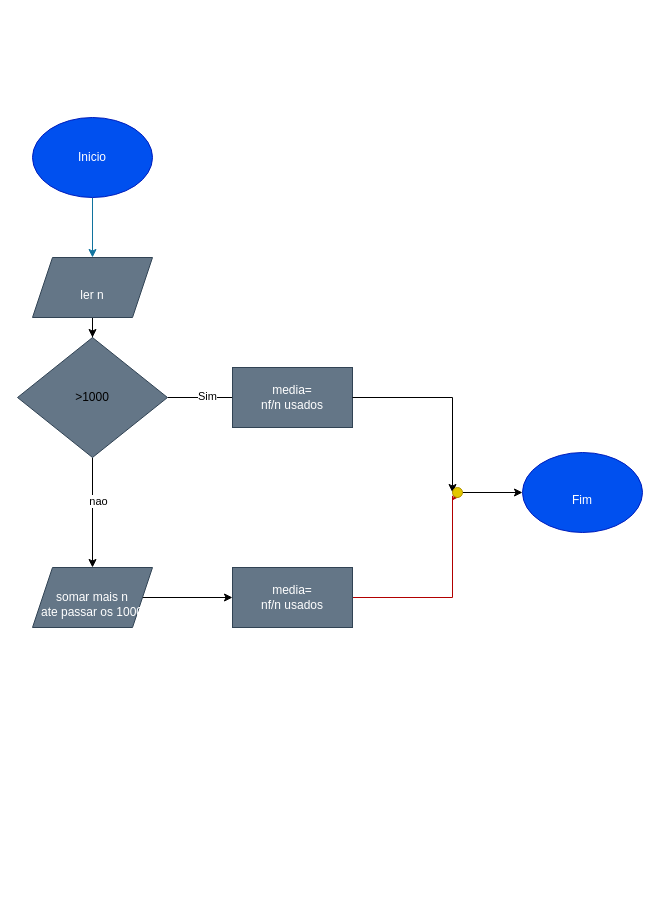
Goncalo203/diagrama-1 keeps this draw.io diagram as fluxograma 5.drawio. Above is the earlier version. Source tidied: cells renumbered, new cells numbered last; positions are measured from the earlier drawing's top-left corner, leaving out a move shared by most shapes. Both pictures are drawn from the tidied source at 100%, with x=0, y=0 at pixel (17, 117).
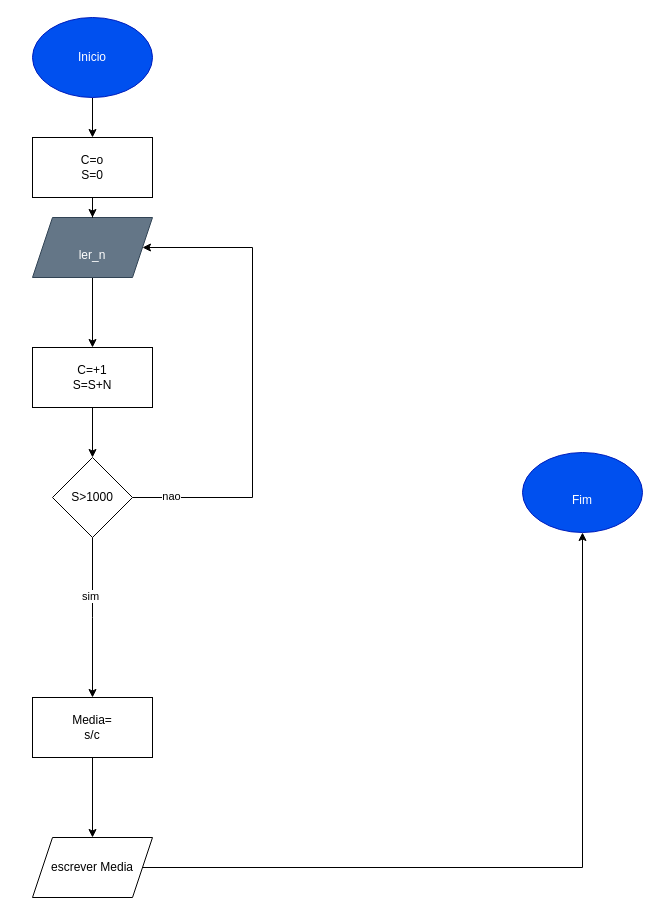
The same page after the edit.

Unchanged cells that the change refers to:
```xml
<mxCell id="6" value="&lt;div&gt;&lt;br&gt;&lt;/div&gt;&lt;div&gt;Fim&lt;/div&gt;" style="ellipse;whiteSpace=wrap;html=1;shapeInside=1;fillColor=#0050ef;fontColor=#ffffff;strokeColor=#001DBC;" parent="1" vertex="1">
  <mxGeometry x="505" y="335" width="120" height="80" as="geometry" />
</mxCell>
```

Diff of the diagram source:
```diff
@@
-    <mxCell id="2" style="edgeStyle=orthogonalEdgeStyle;rounded=0;jettySize=auto;html=1;fillColor=#b1ddf0;strokeColor=light-dark(#10739e, #dc0404);" parent="1" edge="1" source="3" target="5">
-      <mxGeometry relative="1" as="geometry" />
-    </mxCell>
+    <mxCell id="20" style="edgeStyle=orthogonalEdgeStyle;rounded=0;jettySize=auto;html=1;" parent="1" edge="1" source="3" target="23">
+      <mxGeometry relative="1" as="geometry" />
+    </mxCell>
     <mxCell id="3" value="&lt;div&gt;Inicio&lt;/div&gt;" style="ellipse;whiteSpace=wrap;html=1;shapeInside=1;fillColor=#0050ef;fontColor=#ffffff;strokeColor=#001DBC;" parent="1" vertex="1">
-      <mxGeometry x="15" width="120" height="80" as="geometry" />
+      <mxGeometry x="15" y="-100" width="120" height="80" as="geometry" />
     </mxCell>
-    <mxCell id="4" style="edgeStyle=orthogonalEdgeStyle;rounded=0;jettySize=auto;html=1;strokeColor=light-dark(#000000,#FF0000);" parent="1" edge="1" source="5" target="11">
-      <mxGeometry relative="1" as="geometry" />
-    </mxCell>
+    <mxCell id="21" style="edgeStyle=orthogonalEdgeStyle;rounded=0;jettySize=auto;html=1;" parent="1" edge="1" source="5" target="25">
+      <mxGeometry relative="1" as="geometry" />
+    </mxCell>
-    <mxCell id="5" value="&lt;div&gt;&lt;br&gt;&lt;/div&gt;&lt;div&gt;ler n&lt;/div&gt;" style="shape=parallelogram;perimeter=parallelogramPerimeter;whiteSpace=wrap;html=1;shapeInside=1;fixedSize=1;fillColor=#647687;fontColor=#ffffff;strokeColor=#314354;" parent="1" vertex="1">
-      <mxGeometry x="15" y="140" width="120" height="60" as="geometry" />
+    <mxCell id="5" value="&lt;div&gt;&lt;br&gt;&lt;/div&gt;&lt;div&gt;ler_n&lt;/div&gt;" style="shape=parallelogram;perimeter=parallelogramPerimeter;whiteSpace=wrap;html=1;shapeInside=1;fixedSize=1;fillColor=#647687;fontColor=#ffffff;strokeColor=#314354;" parent="1" vertex="1">
+      <mxGeometry x="15" y="100" width="120" height="60" as="geometry" />
     </mxCell>
@@
-    <mxCell id="7" style="edgeStyle=orthogonalEdgeStyle;rounded=0;jettySize=auto;html=1;strokeColor=light-dark(#000000,#FF0000);" parent="1" edge="1" source="11">
-      <mxGeometry relative="1" as="geometry">
-        <mxPoint x="255" y="280" as="targetPoint" />
-      </mxGeometry>
-    </mxCell>
-    <mxCell id="8" value="Sim" style="edgeLabel;html=1;align=center;verticalAlign=middle;" parent="7" vertex="1">
-      <mxGeometry x="-0.26" y="2" relative="1" as="geometry" />
-    </mxCell>
-    <mxCell id="9" style="edgeStyle=orthogonalEdgeStyle;rounded=0;jettySize=auto;html=1;strokeColor=light-dark(#000000,#FF0000);" parent="1" edge="1" source="11" target="14">
-      <mxGeometry relative="1" as="geometry" />
-    </mxCell>
+    <mxCell id="22" style="edgeStyle=orthogonalEdgeStyle;rounded=0;jettySize=auto;html=1;" parent="1" edge="1" source="23" target="5">
+      <mxGeometry relative="1" as="geometry" />
+    </mxCell>
+    <mxCell id="23" value="C=o&lt;div&gt;S=0&lt;/div&gt;" style="rounded=0;whiteSpace=wrap;html=1;" parent="1" vertex="1">
+      <mxGeometry x="15" y="20" width="120" height="60" as="geometry" />
+    </mxCell>
+    <mxCell id="24" style="edgeStyle=orthogonalEdgeStyle;rounded=0;jettySize=auto;html=1;" parent="1" edge="1" source="25" target="29">
+      <mxGeometry relative="1" as="geometry" />
+    </mxCell>
+    <mxCell id="25" value="C=+1&lt;div&gt;S=S+N&lt;/div&gt;" style="rounded=0;whiteSpace=wrap;html=1;" parent="1" vertex="1">
+      <mxGeometry x="15" y="230" width="120" height="60" as="geometry" />
+    </mxCell>
+    <mxCell id="26" style="edgeStyle=orthogonalEdgeStyle;rounded=0;jettySize=auto;html=1;exitX=1;exitY=0.5;exitDx=0;exitDy=0;" parent="1" edge="1" source="29" target="5">
+      <mxGeometry relative="1" as="geometry">
+        <Array as="points">
+          <mxPoint x="235" y="380" />
+          <mxPoint x="235" y="130" />
+        </Array>
+      </mxGeometry>
+    </mxCell>
-    <mxCell id="10" value="nao" style="edgeLabel;html=1;align=center;verticalAlign=middle;" parent="9" vertex="1">
-      <mxGeometry x="-0.22" y="5" relative="1" as="geometry" />
+    <mxCell id="10" value="nao" style="edgeLabel;html=1;align=center;verticalAlign=middle;" parent="26" vertex="1">
+      <mxGeometry x="-0.84" y="2" relative="1" as="geometry" />
     </mxCell>
-    <mxCell id="11" value="&lt;div&gt;&lt;span style=&quot;color: light-dark(rgb(0, 0, 0), rgb(0, 0, 0));&quot;&gt;&lt;span style=&quot;text-decoration-line: inherit;&quot;&gt;&amp;gt;&lt;/span&gt;&lt;span style=&quot;text-decoration-line: inherit;&quot;&gt;1000&lt;/span&gt;&lt;/span&gt;&lt;/div&gt;" style="rhombus;whiteSpace=wrap;html=1;shapeInside=1;fillColor=#647687;fontColor=#ffffff;strokeColor=#314354;" parent="1" vertex="1">
-      <mxGeometry y="220" width="150" height="120" as="geometry" />
-    </mxCell>
-    <mxCell id="12" value="media=&lt;div&gt;nf/n usados&lt;/div&gt;" style="rounded=0;whiteSpace=wrap;html=1;fillColor=#647687;fontColor=#ffffff;strokeColor=#314354;" parent="1" vertex="1">
-      <mxGeometry x="215" y="250" width="120" height="60" as="geometry" />
-    </mxCell>
-    <mxCell id="13" style="edgeStyle=orthogonalEdgeStyle;rounded=0;jettySize=auto;html=1;strokeColor=light-dark(#000000,#FF0000);" parent="1" edge="1" source="14" target="16">
-      <mxGeometry relative="1" as="geometry" />
-    </mxCell>
-    <mxCell id="14" value="&lt;div&gt;&lt;br&gt;&lt;/div&gt;&lt;div&gt;somar mais n&lt;/div&gt;&lt;div&gt;ate passar os 1000&lt;/div&gt;" style="shape=parallelogram;perimeter=parallelogramPerimeter;whiteSpace=wrap;html=1;shapeInside=1;fixedSize=1;fillColor=#647687;fontColor=#ffffff;strokeColor=#314354;" parent="1" vertex="1">
-      <mxGeometry x="15" y="450" width="120" height="60" as="geometry" />
-    </mxCell>
-    <mxCell id="15" style="edgeStyle=orthogonalEdgeStyle;rounded=0;jettySize=auto;html=1;exitX=1;exitY=0.5;exitDx=0;exitDy=0;entryX=1;entryY=1;entryDx=0;entryDy=0;fillColor=#e51400;strokeColor=light-dark(#B20000,#FF0000);" parent="1" edge="1" source="16" target="19">
-      <mxGeometry relative="1" as="geometry">
-        <Array as="points">
-          <mxPoint x="435" y="480" />
-          <mxPoint x="435" y="378.5" />
-        </Array>
-      </mxGeometry>
-    </mxCell>
-    <mxCell id="16" value="media=&lt;div&gt;nf/n usados&lt;/div&gt;" style="whiteSpace=wrap;html=1;fillColor=#647687;fontColor=#ffffff;strokeColor=#314354;" parent="1" vertex="1">
-      <mxGeometry x="215" y="450" width="120" height="60" as="geometry" />
-    </mxCell>
-    <mxCell id="17" style="edgeStyle=orthogonalEdgeStyle;rounded=0;jettySize=auto;html=1;exitX=1;exitY=0.5;exitDx=0;exitDy=0;strokeColor=light-dark(#000000,#FF0000);" parent="1" edge="1" source="12" target="19">
-      <mxGeometry relative="1" as="geometry">
-        <Array as="points">
-          <mxPoint x="435" y="280" />
-        </Array>
-      </mxGeometry>
-    </mxCell>
-    <mxCell id="18" style="edgeStyle=orthogonalEdgeStyle;rounded=0;jettySize=auto;html=1;strokeColor=light-dark(#000000,#FF0000);" parent="1" edge="1" source="19" target="6">
-      <mxGeometry relative="1" as="geometry" />
-    </mxCell>
-    <mxCell id="19" style="ellipse;whiteSpace=wrap;html=1;shapeInside=1;fillColor=#e3c800;fontColor=#000000;strokeColor=#B09500;" parent="1" vertex="1">
-      <mxGeometry x="435" y="370" width="10" height="10" as="geometry" />
-    </mxCell>
+    <mxCell id="27" style="edgeStyle=orthogonalEdgeStyle;rounded=0;jettySize=auto;html=1;exitX=0.5;exitY=1;exitDx=0;exitDy=0;" parent="1" edge="1" source="29">
+      <mxGeometry relative="1" as="geometry">
+        <mxPoint x="75" y="580" as="targetPoint" />
+      </mxGeometry>
+    </mxCell>
+    <mxCell id="28" value="sim" style="edgeLabel;html=1;align=center;verticalAlign=middle;" parent="27" vertex="1">
+      <mxGeometry x="-0.28" y="-3" relative="1" as="geometry" />
+    </mxCell>
+    <mxCell id="29" value="S&amp;gt;1000" style="rhombus;whiteSpace=wrap;html=1;shapeInside=1;" parent="1" vertex="1">
+      <mxGeometry x="35" y="340" width="80" height="80" as="geometry" />
+    </mxCell>
+    <mxCell id="30" style="edgeStyle=orthogonalEdgeStyle;rounded=0;jettySize=auto;html=1;exitX=0.5;exitY=1;exitDx=0;exitDy=0;" parent="1" edge="1" source="31" target="33">
+      <mxGeometry relative="1" as="geometry" />
+    </mxCell>
+    <mxCell id="31" value="Media=&lt;div&gt;s/c&lt;/div&gt;" style="rounded=0;whiteSpace=wrap;html=1;" parent="1" vertex="1">
+      <mxGeometry x="15" y="580" width="120" height="60" as="geometry" />
+    </mxCell>
+    <mxCell id="32" style="edgeStyle=orthogonalEdgeStyle;rounded=0;jettySize=auto;html=1;exitX=1;exitY=0.5;exitDx=0;exitDy=0;entryX=0.5;entryY=1;entryDx=0;entryDy=0;" parent="1" edge="1" source="33" target="6">
+      <mxGeometry relative="1" as="geometry" />
+    </mxCell>
+    <mxCell id="33" value="escrever Media" style="shape=parallelogram;perimeter=parallelogramPerimeter;whiteSpace=wrap;html=1;shapeInside=1;fixedSize=1;" parent="1" vertex="1">
+      <mxGeometry x="15" y="720" width="120" height="60" as="geometry" />
+    </mxCell>
```
